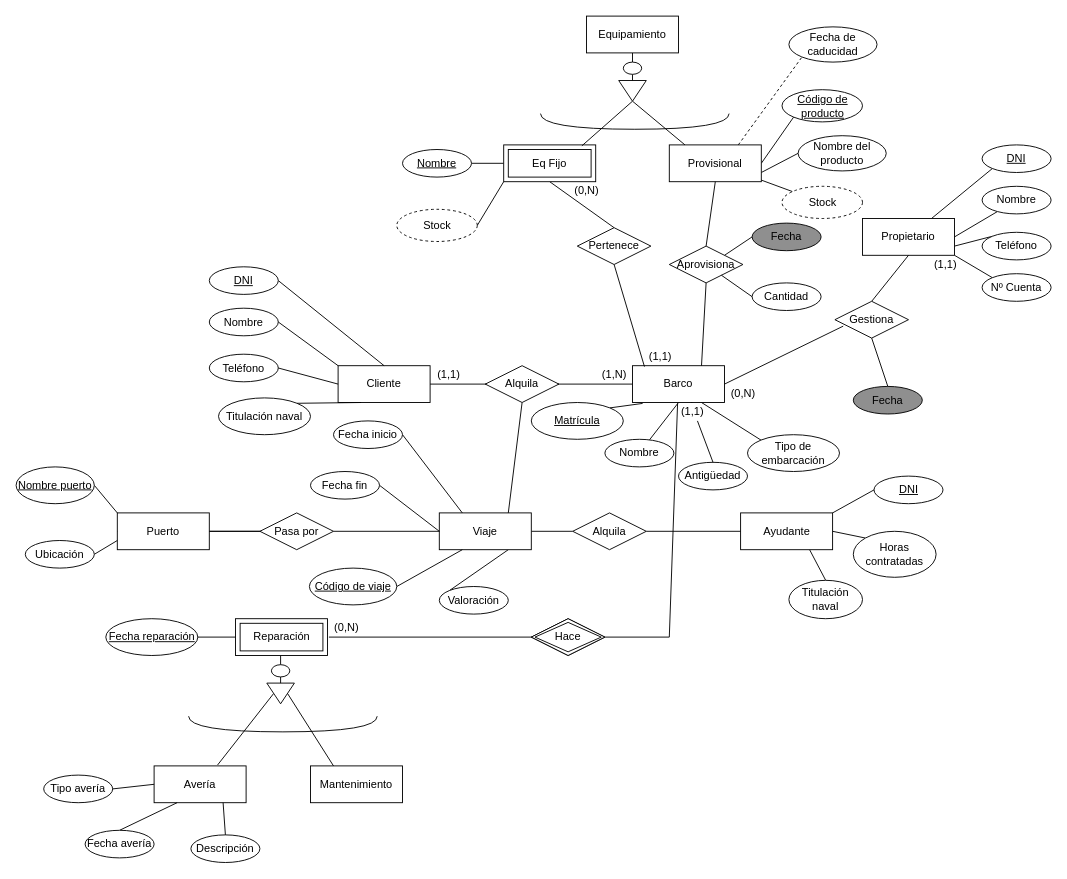
The draw.io diagram AlquilerBarcos.drawio in AitorAlonsoMelian/AlquilerBarco, before the edit. Source tidied: cells renumbered, new cells numbered last; positions are measured from the earlier drawing's top-left corner, leaving out a move shared by most shapes. Both pictures are drawn from the tidied source at 92%, with x=0, y=0 at pixel (16, 16).
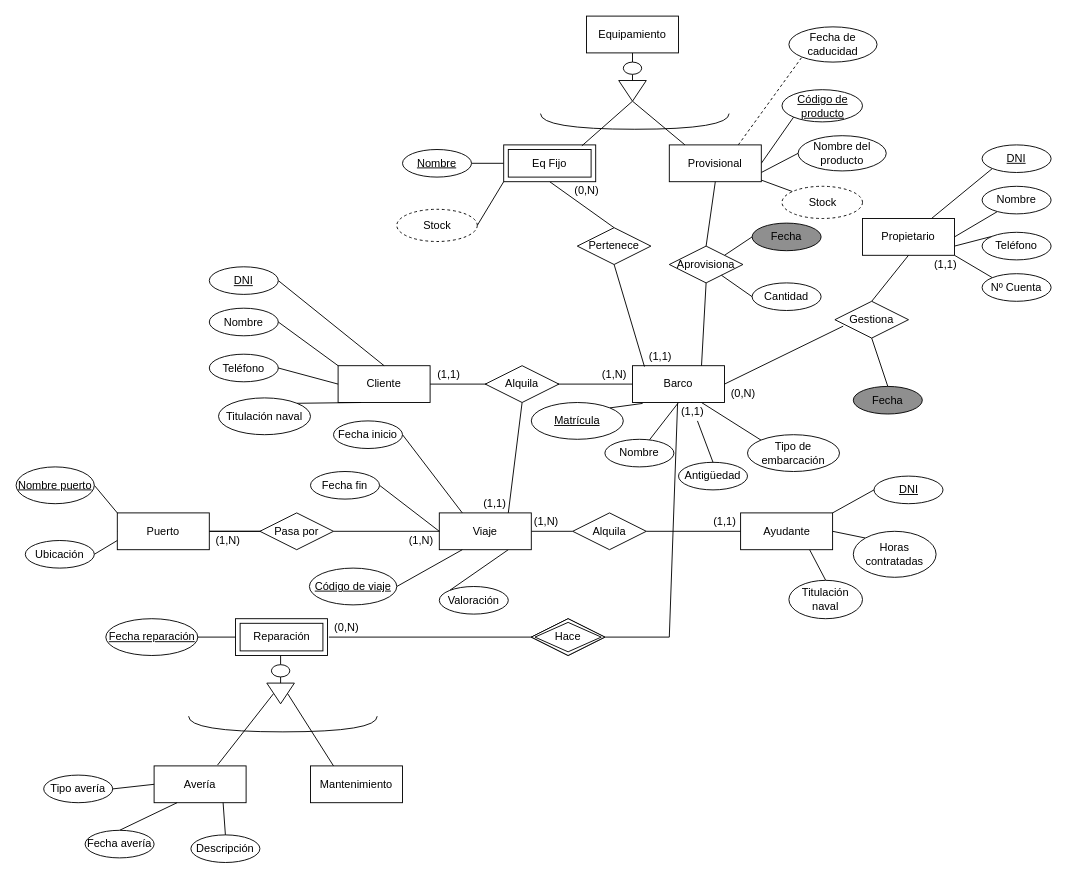
The same diagram, later.

Change to the diagram source:
```diff
@@
+    <mxCell id="130" value="(1,1)" style="text;html=1;align=center;verticalAlign=middle;" parent="1" vertex="1">
+      <mxGeometry x="500" y="520" width="40" height="20" as="geometry" />
+    </mxCell>
+    <mxCell id="131" value="(1,1)" style="text;html=1;align=center;verticalAlign=middle;" parent="1" vertex="1">
+      <mxGeometry x="750" y="540" width="40" height="20" as="geometry" />
+    </mxCell>
+    <mxCell id="132" value="(1,N)" style="text;html=1;align=center;verticalAlign=middle;" parent="1" vertex="1">
+      <mxGeometry x="556" y="540" width="40" height="20" as="geometry" />
+    </mxCell>
+    <mxCell id="133" value="(1,N)" style="text;html=1;align=center;verticalAlign=middle;" parent="1" vertex="1">
+      <mxGeometry x="420" y="560" width="40" height="20" as="geometry" />
+    </mxCell>
+    <mxCell id="134" value="(1,N)" style="text;html=1;align=center;verticalAlign=middle;" parent="1" vertex="1">
+      <mxGeometry x="210" y="560" width="40" height="20" as="geometry" />
+    </mxCell>
```
